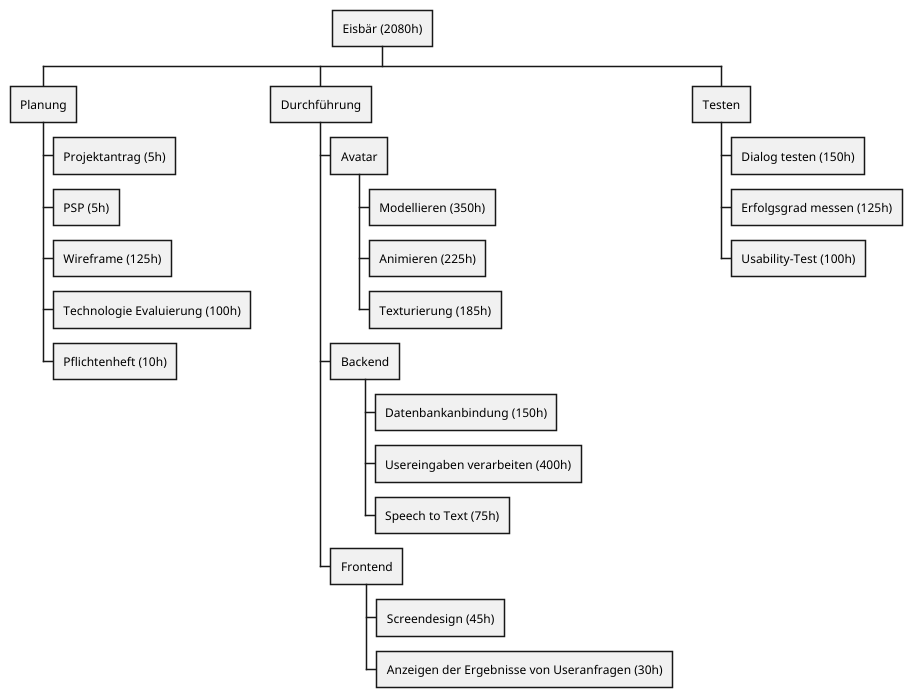
The PlantUML diagram documents/psp.png in 2425-4bhitm-itp/eisbaer, before a commit.
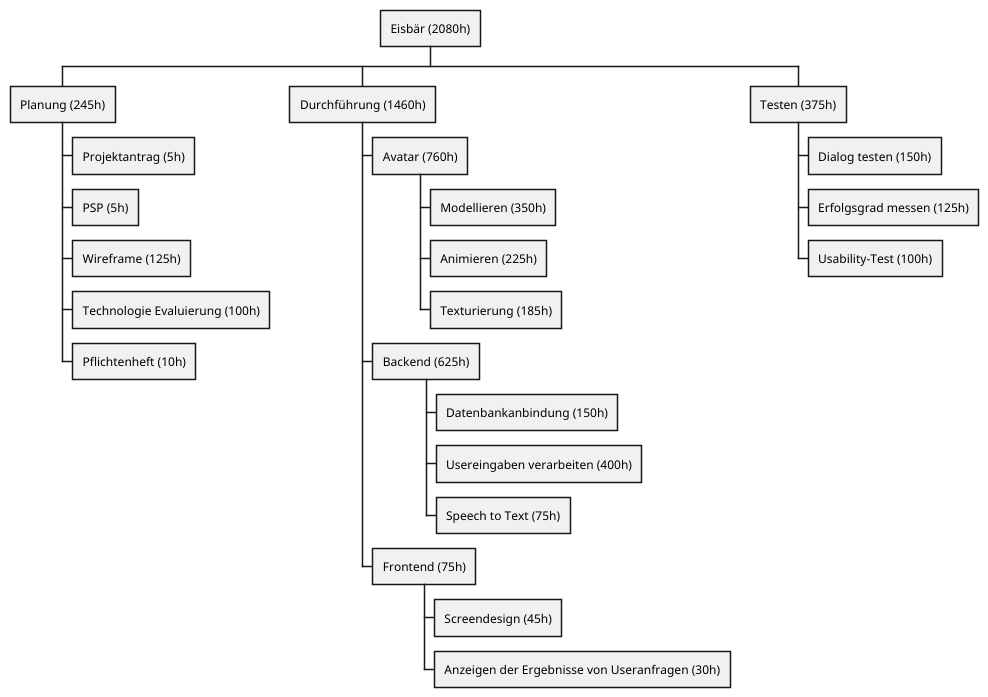
Later version of the same file.

Change to the diagram source:
```diff
@@ -1,24 +1,24 @@
 @startwbs
 * Eisbär (2080h)
-** Planung
+** Planung (245h)
 *** Projektantrag (5h)
 *** PSP (5h)
 *** Wireframe (125h)
 *** Technologie Evaluierung (100h)
 *** Pflichtenheft (10h)
-** Durchführung
-*** Avatar
+** Durchführung (1460h)
+*** Avatar (760h)
 **** Modellieren (350h)
 **** Animieren (225h)
 **** Texturierung (185h)
-*** Backend
+*** Backend (625h)
 **** Datenbankanbindung (150h)
 **** Usereingaben verarbeiten (400h)
 **** Speech to Text (75h)
-*** Frontend
+*** Frontend (75h)
 **** Screendesign (45h)
 **** Anzeigen der Ergebnisse von Useranfragen (30h)
-** Testen
+** Testen (375h)
 *** Dialog testen (150h)
 *** Erfolgsgrad messen (125h)
 *** Usability-Test (100h)
```
